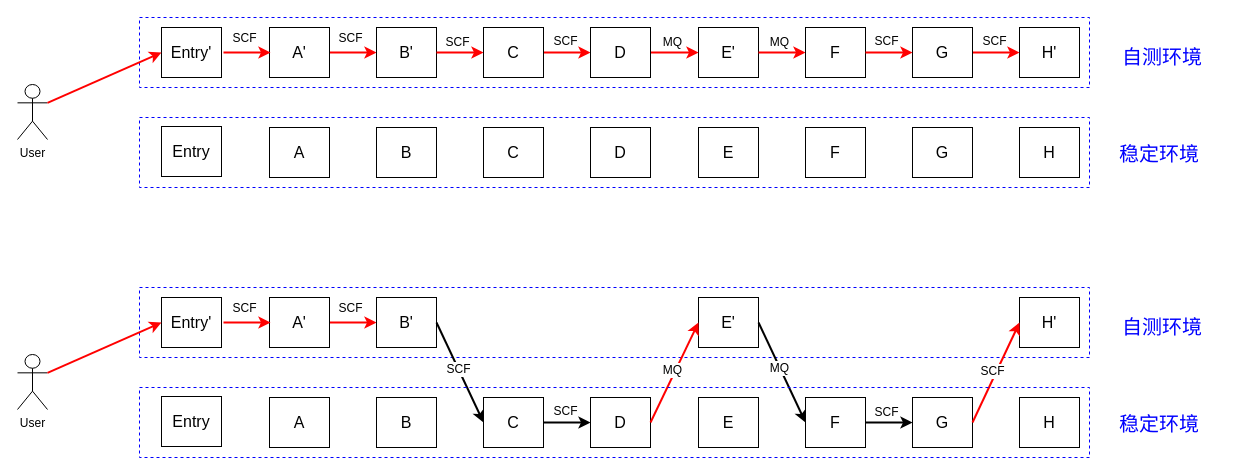
waterystone/draw_io keeps this draw.io diagram as zz/zzscf/flow_tag_router.drawio. Above is the earlier version. Source tidied: cells renumbered, new cells numbered last; positions are measured from the earlier drawing's top-left corner, leaving out a move shared by most shapes. Both pictures are drawn from the tidied source at 100%, with x=0, y=0 at pixel (17, 17).
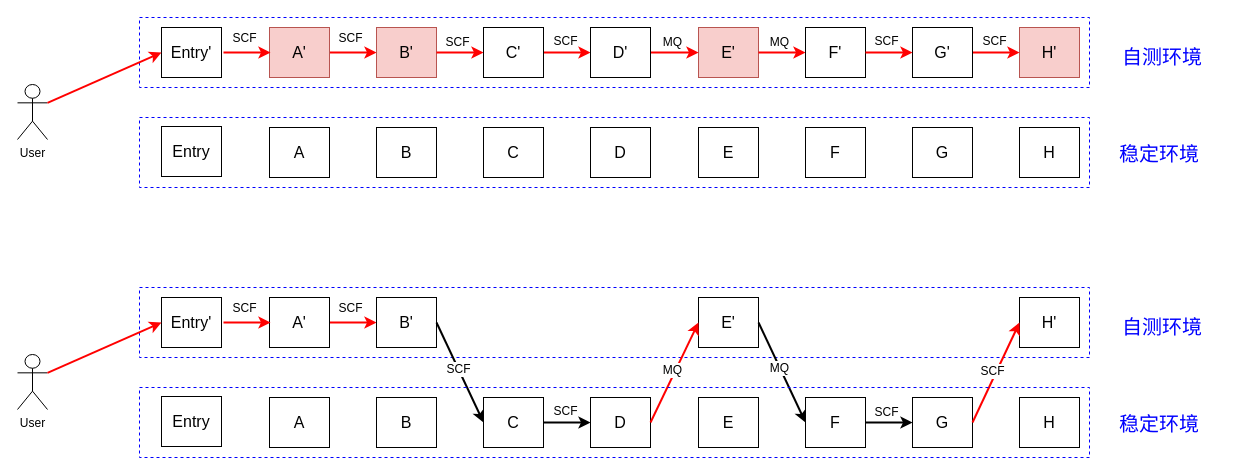
The same page after the edit.

Change to the diagram source:
```diff
@@
-    <mxCell id="50" value="&lt;font style=&quot;font-size: 16px&quot;&gt;A'&lt;/font&gt;" style="rounded=0;whiteSpace=wrap;html=1;" parent="1" vertex="1">
+    <mxCell id="50" value="&lt;font style=&quot;font-size: 16px&quot;&gt;A'&lt;/font&gt;" style="rounded=0;whiteSpace=wrap;html=1;fillColor=#f8cecc;strokeColor=#b85450;" parent="1" vertex="1">
       <mxGeometry x="252" y="10" width="60" height="50" as="geometry" />
     </mxCell>
-    <mxCell id="51" value="&lt;font style=&quot;font-size: 16px&quot;&gt;B'&lt;/font&gt;" style="rounded=0;whiteSpace=wrap;html=1;" parent="1" vertex="1">
+    <mxCell id="51" value="&lt;font style=&quot;font-size: 16px&quot;&gt;B'&lt;/font&gt;" style="rounded=0;whiteSpace=wrap;html=1;fillColor=#f8cecc;strokeColor=#b85450;" parent="1" vertex="1">
       <mxGeometry x="359" y="10" width="60" height="50" as="geometry" />
     </mxCell>
-    <mxCell id="52" value="&lt;font style=&quot;font-size: 16px&quot;&gt;E'&lt;/font&gt;" style="rounded=0;whiteSpace=wrap;html=1;" parent="1" vertex="1">
+    <mxCell id="52" value="&lt;font style=&quot;font-size: 16px&quot;&gt;E'&lt;/font&gt;" style="rounded=0;whiteSpace=wrap;html=1;fillColor=#f8cecc;strokeColor=#b85450;" parent="1" vertex="1">
       <mxGeometry x="681" y="10" width="60" height="50" as="geometry" />
     </mxCell>
-    <mxCell id="53" value="&lt;span style=&quot;font-size: 16px&quot;&gt;H'&lt;/span&gt;" style="rounded=0;whiteSpace=wrap;html=1;" parent="1" vertex="1">
+    <mxCell id="53" value="&lt;span style=&quot;font-size: 16px&quot;&gt;H'&lt;/span&gt;" style="rounded=0;whiteSpace=wrap;html=1;fillColor=#f8cecc;strokeColor=#b85450;" parent="1" vertex="1">
       <mxGeometry x="1002" y="10" width="60" height="50" as="geometry" />
     </mxCell>
@@
-    <mxCell id="72" value="&lt;span style=&quot;font-size: 16px&quot;&gt;C&lt;/span&gt;" style="rounded=0;whiteSpace=wrap;html=1;" parent="1" vertex="1">
+    <mxCell id="72" value="&lt;span style=&quot;font-size: 16px&quot;&gt;C'&lt;/span&gt;" style="rounded=0;whiteSpace=wrap;html=1;" parent="1" vertex="1">
       <mxGeometry x="466" y="10" width="60" height="50" as="geometry" />
     </mxCell>
-    <mxCell id="73" value="&lt;span style=&quot;font-size: 16px&quot;&gt;D&lt;/span&gt;" style="rounded=0;whiteSpace=wrap;html=1;" parent="1" vertex="1">
+    <mxCell id="73" value="&lt;span style=&quot;font-size: 16px&quot;&gt;D'&lt;/span&gt;" style="rounded=0;whiteSpace=wrap;html=1;" parent="1" vertex="1">
       <mxGeometry x="573" y="10" width="60" height="50" as="geometry" />
     </mxCell>
-    <mxCell id="74" value="&lt;font style=&quot;font-size: 16px&quot;&gt;F&lt;/font&gt;" style="rounded=0;whiteSpace=wrap;html=1;" parent="1" vertex="1">
+    <mxCell id="74" value="&lt;font style=&quot;font-size: 16px&quot;&gt;F'&lt;/font&gt;" style="rounded=0;whiteSpace=wrap;html=1;" parent="1" vertex="1">
       <mxGeometry x="788" y="10" width="60" height="50" as="geometry" />
     </mxCell>
-    <mxCell id="75" value="&lt;font style=&quot;font-size: 16px&quot;&gt;G&lt;/font&gt;" style="rounded=0;whiteSpace=wrap;html=1;" parent="1" vertex="1">
+    <mxCell id="75" value="&lt;font style=&quot;font-size: 16px&quot;&gt;G'&lt;/font&gt;" style="rounded=0;whiteSpace=wrap;html=1;" parent="1" vertex="1">
       <mxGeometry x="895" y="10" width="60" height="50" as="geometry" />
     </mxCell>
```
